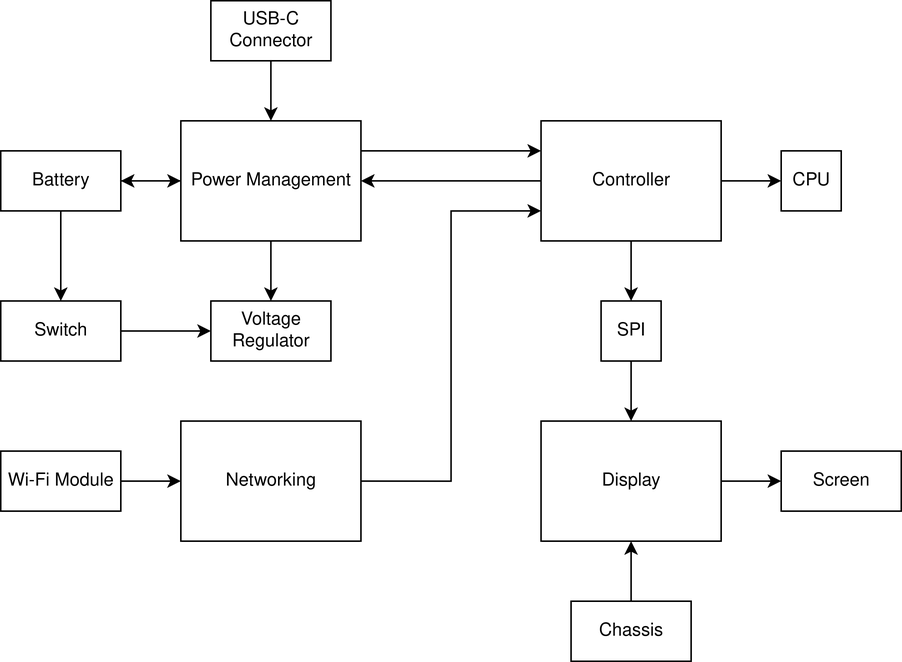
This is documents/Design_Document_1/images/block_diagram.png from zkeulr/aviator, a draw.io export, as it was before one commit. Source tidied: cells renumbered, new cells last; positions are measured from the earlier drawing's top-left corner, leaving out a move shared by most shapes.
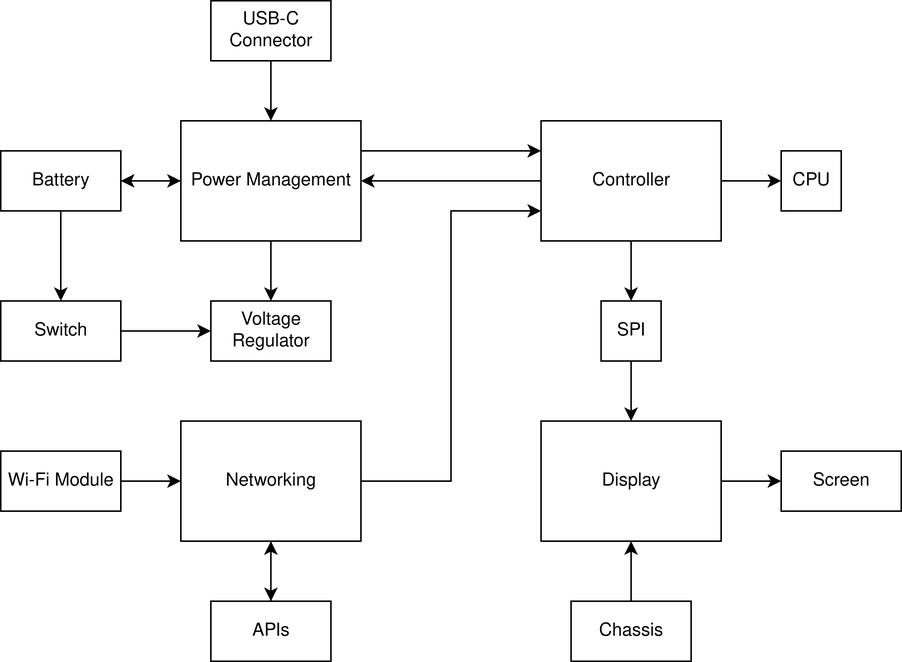
Later version of the same file.

What changed in the source:
```diff
@@ -5,6 +5,9 @@
     <mxCell id="2" style="edgeStyle=orthogonalEdgeStyle;rounded=0;jettySize=auto;html=1;exitX=1;exitY=0.5;exitDx=0;exitDy=0;entryX=0;entryY=0.75;entryDx=0;entryDy=0;" parent="1" edge="1" source="3" target="9">
       <mxGeometry relative="1" as="geometry" />
     </mxCell>
+    <mxCell id="30" style="edgeStyle=orthogonalEdgeStyle;rounded=0;jettySize=auto;html=1;exitX=0.5;exitY=1;exitDx=0;exitDy=0;entryX=0.5;entryY=0;entryDx=0;entryDy=0;" parent="1" edge="1" source="3" target="32">
+      <mxGeometry relative="1" as="geometry" />
+    </mxCell>
     <mxCell id="3" value="Networking" style="rounded=0;whiteSpace=wrap;html=1;" parent="1" vertex="1">
       <mxGeometry x="120" y="280" width="120" height="80" as="geometry" />
     </mxCell>
@@ -86,5 +89,11 @@
     <mxCell id="29" value="Wi-Fi Module" style="rounded=0;whiteSpace=wrap;html=1;" parent="1" vertex="1">
       <mxGeometry y="300" width="80" height="40" as="geometry" />
     </mxCell>
+    <mxCell id="31" style="edgeStyle=orthogonalEdgeStyle;rounded=0;jettySize=auto;html=1;exitX=0.5;exitY=0;exitDx=0;exitDy=0;entryX=0.5;entryY=1;entryDx=0;entryDy=0;" parent="1" edge="1" source="32" target="3">
+      <mxGeometry relative="1" as="geometry" />
+    </mxCell>
+    <mxCell id="32" value="APIs" style="rounded=0;whiteSpace=wrap;html=1;" parent="1" vertex="1">
+      <mxGeometry x="140" y="400" width="80" height="40" as="geometry" />
+    </mxCell>
   </root>
 </mxGraphModel>
```
